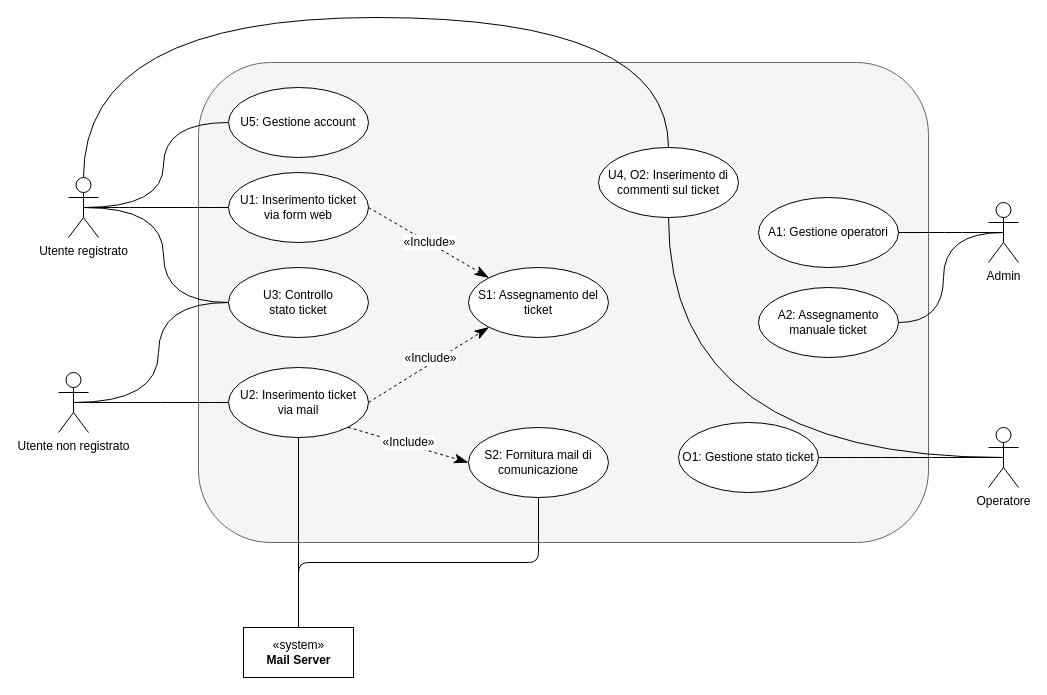
Earlier version of the draw.io diagram page "Use Cases UML" (1 of 2) of docs/use-cases.drawio (shxdow/aep). Source tidied: cells renumbered, new cells numbered last; positions are measured from the earlier drawing's top-left corner, leaving out a move shared by most shapes. Both pictures are drawn from the tidied source at 100%, with x=0, y=0 at pixel (58, 17).
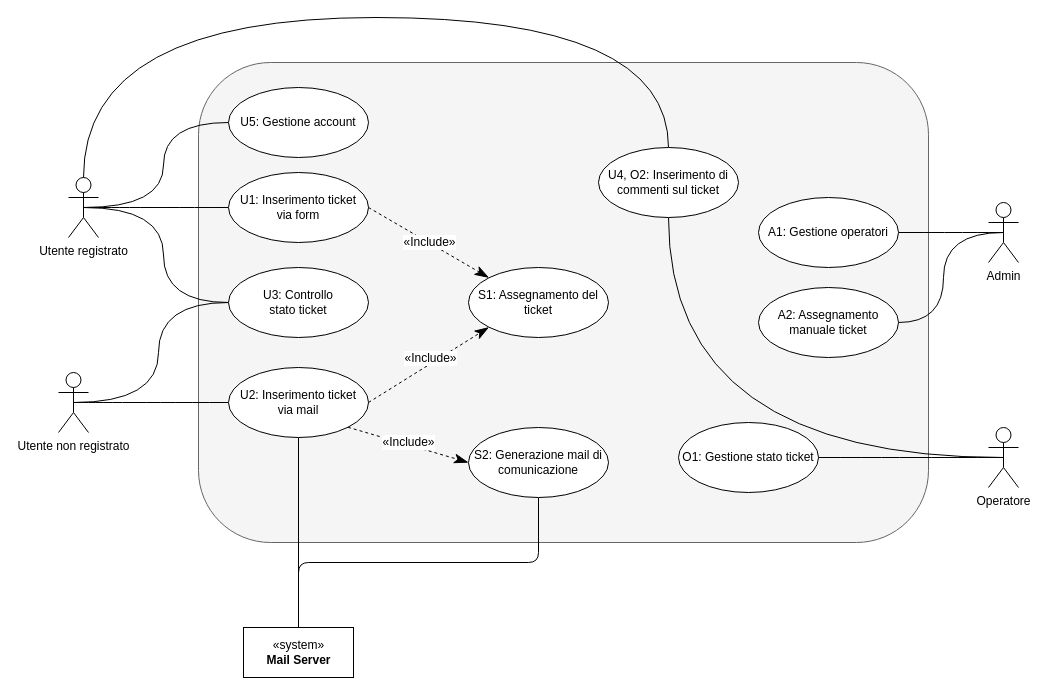
Above is the later version.

What changed in the source:
```diff
@@
-    <mxCell id="17" value="U1: Inserimento ticket&lt;br&gt;via form web" style="ellipse;whiteSpace=wrap;html=1;" parent="1" vertex="1">
+    <mxCell id="17" value="U1: Inserimento ticket&lt;br&gt;via form" style="ellipse;whiteSpace=wrap;html=1;" parent="1" vertex="1">
       <mxGeometry x="170" y="155" width="140" height="70" as="geometry" />
     </mxCell>
@@
-    <mxCell id="32" value="S2: Fornitura mail di comunicazione" style="ellipse;whiteSpace=wrap;html=1;" parent="1" vertex="1">
+    <mxCell id="32" value="S2: Generazione mail di comunicazione" style="ellipse;whiteSpace=wrap;html=1;" parent="1" vertex="1">
       <mxGeometry x="410" y="410" width="140" height="70" as="geometry" />
     </mxCell>
```
